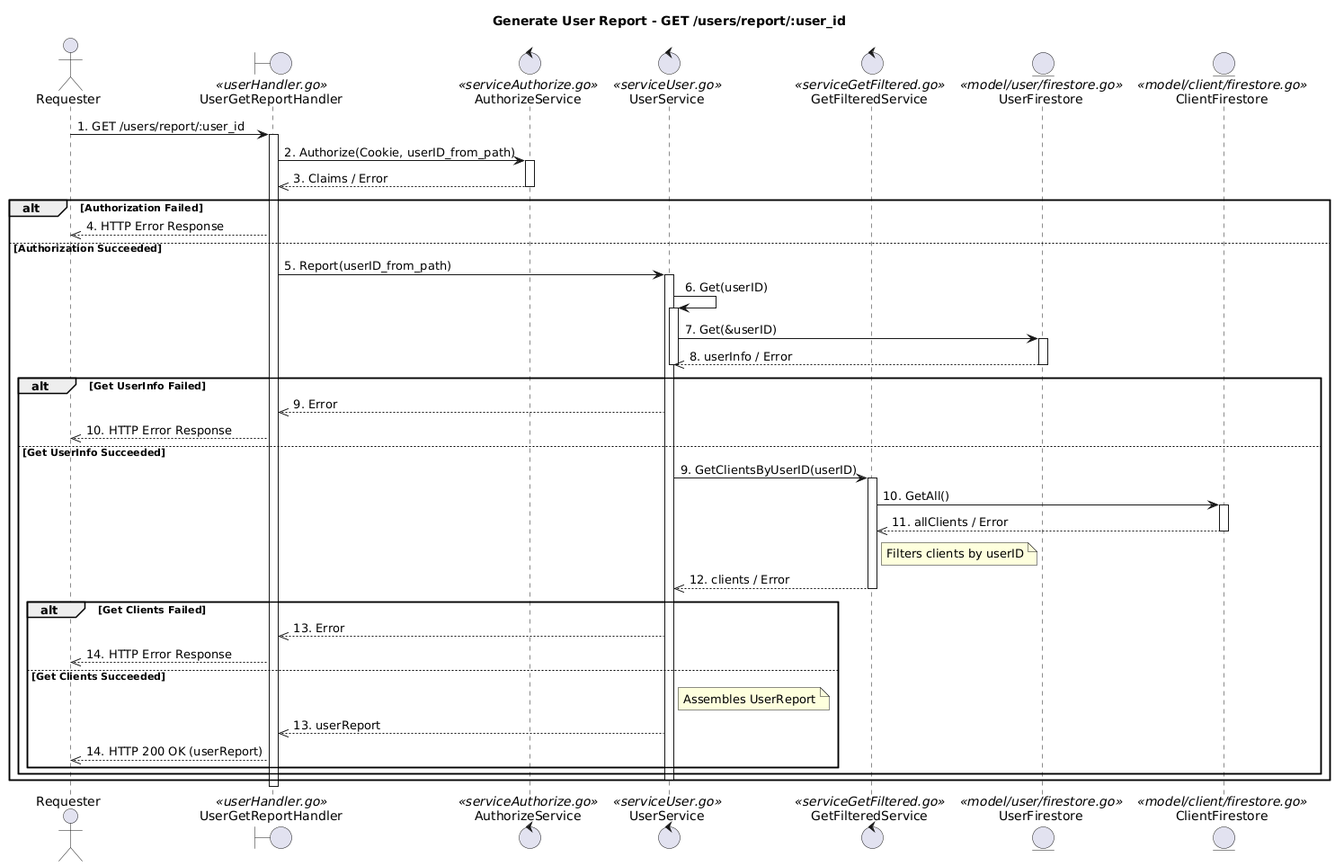
Earlier version of the PlantUML export docs/Report/SequenciaReportByUser.png (JulioKobayashiEbury/BankingAPI).
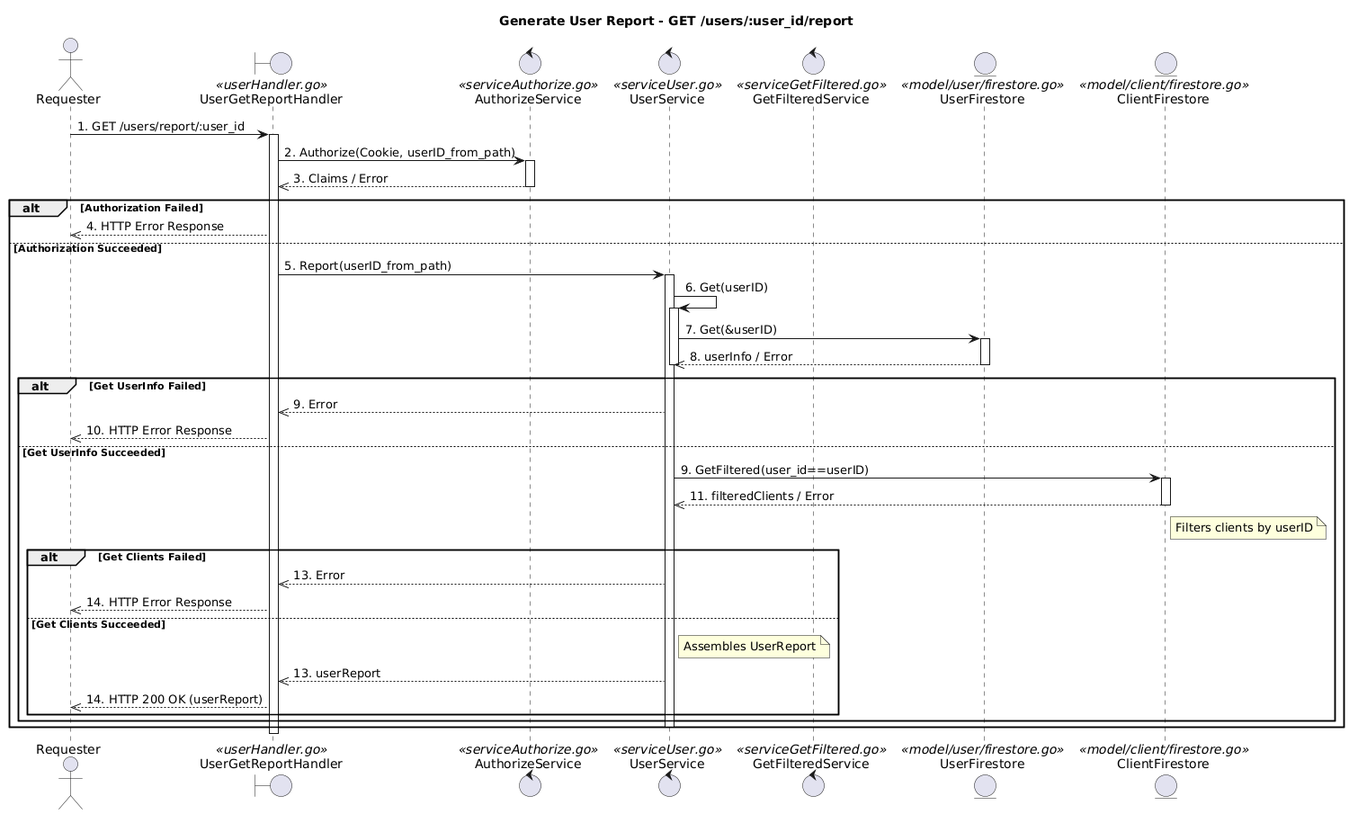
After the commit.

Commit message:
[BankingAPI][v1.2.4]     - Update report sequence diagrams to PlantUML format

The edit, as a diff of the source:
```diff
@@ -1,5 +1,5 @@
 @startuml
-title Generate User Report - GET /users/report/:user_id
+title Generate User Report - GET /users/:user_id/report
 
 actor Requester
 boundary UserGetReportHandler <<userHandler.go>>
@@ -35,15 +35,11 @@
         UserService -->> UserGetReportHandler : 9. Error
         UserGetReportHandler -->> Requester : 10. HTTP Error Response
     else Get UserInfo Succeeded
-        UserService -> GetFilteredService : 9. GetClientsByUserID(userID)
-        activate GetFilteredService
-        GetFilteredService -> ClientFirestore : 10. GetAll()
+        UserService -> ClientFirestore : 9. GetFiltered(user_id==userID)
         activate ClientFirestore
-        ClientFirestore -->> GetFilteredService : 11. allClients / Error
+        ClientFirestore -->> UserService : 11. filteredClients / Error
         deactivate ClientFirestore
-        note right of GetFilteredService : Filters clients by userID
-        GetFilteredService -->> UserService : 12. clients / Error
-        deactivate GetFilteredService
+        note right of ClientFirestore : Filters clients by userID
 
         alt Get Clients Failed
             UserService -->> UserGetReportHandler : 13. Error
```
